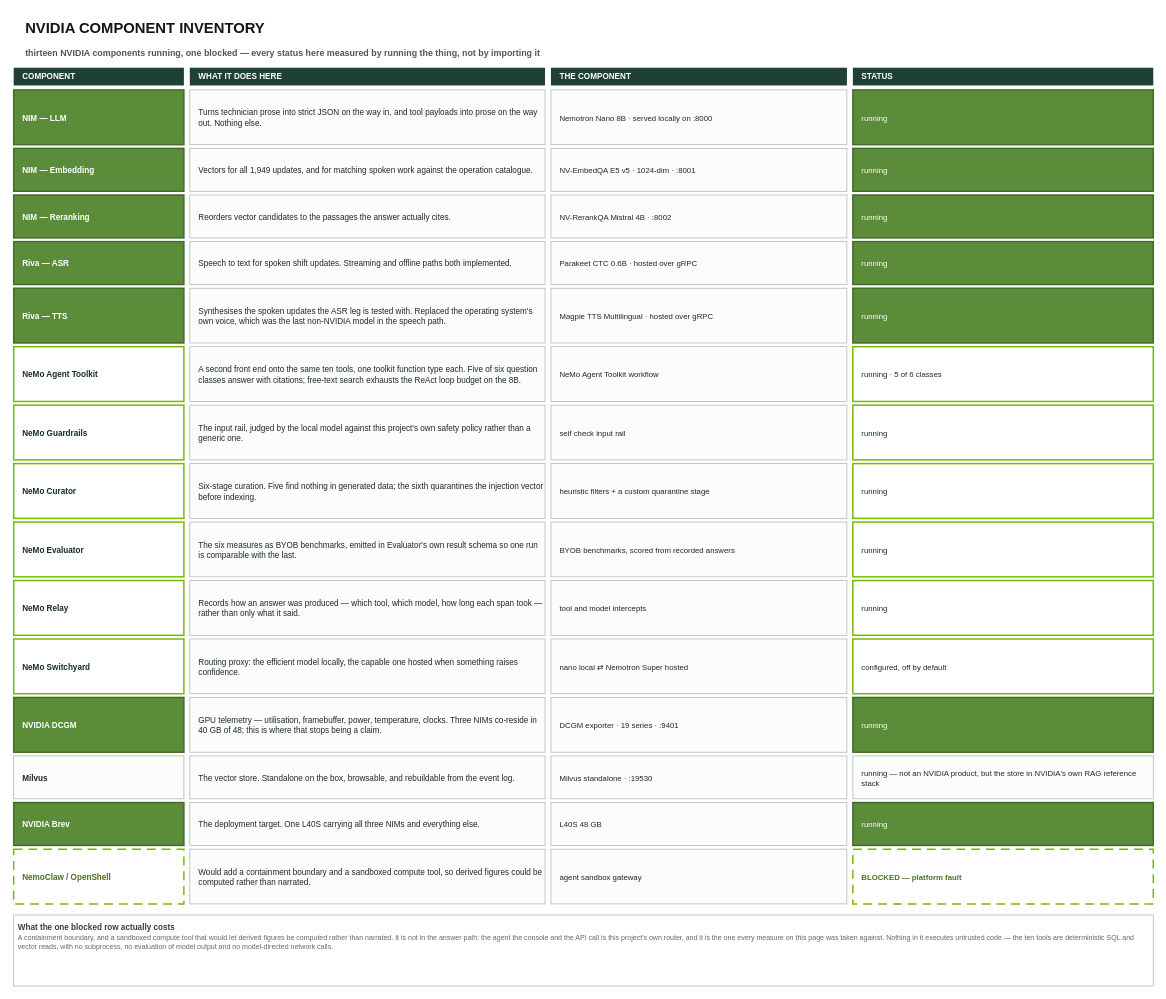
Before: page "4 · NVIDIA components" (4 of 7) of docs/architecture.drawio in RaunakDasgupta/automotive-service-agent, a draw.io diagram. Source tidied: cells renumbered, new cells numbered last; positions are measured from the earlier drawing's top-left corner, leaving out a move shared by most shapes. Both pictures are drawn from the tidied source at 74%, with x=0, y=0 at pixel (13, 13).
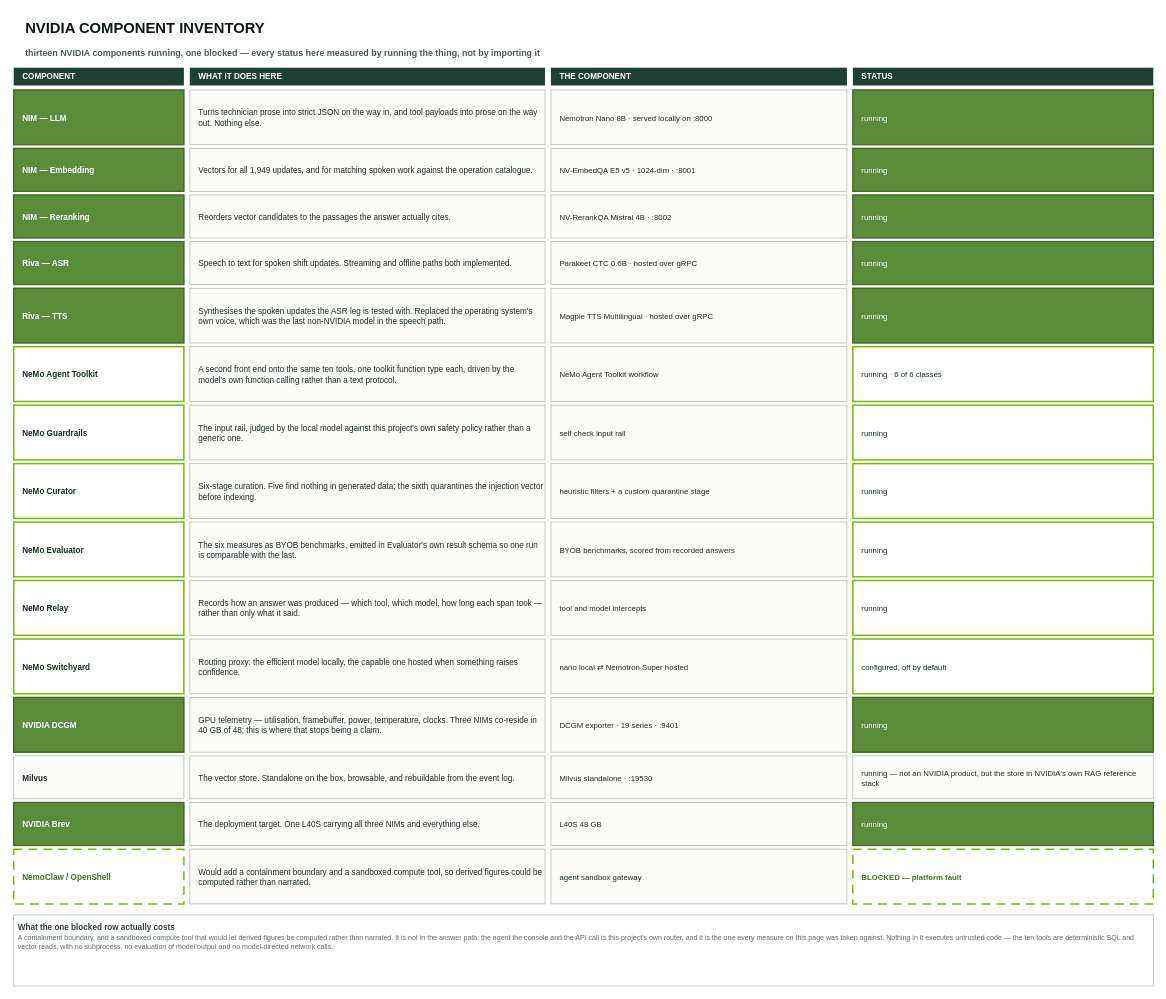
After the change.

Commit message (it also covers changes not shown here):
The toolkit workflow answers all six question classes

Diff of the diagram source:
```diff
@@
-    <mxCell id="29" value="&lt;font style=&quot;font-size:11px;&quot;&gt;A second front end onto the same ten tools, one toolkit function type each. Five of six question classes answer with citations; free-text search exhausts the ReAct loop budget on the 8B.&lt;/font&gt;" style="rounded=0;whiteSpace=wrap;html=1;align=left;verticalAlign=top;spacing=4;spacingLeft=8;spacingTop=2;fontSize=11;fillColor=#FCFCFA;strokeColor=#AEB7AC;strokeWidth=1;fontColor=#1C2B25;verticalAlign=middle;" parent="1" vertex="1">
+    <mxCell id="29" value="&lt;font style=&quot;font-size:11px;&quot;&gt;A second front end onto the same ten tools, one toolkit function type each, driven by the model's own function calling rather than a text protocol.&lt;/font&gt;" style="rounded=0;whiteSpace=wrap;html=1;align=left;verticalAlign=top;spacing=4;spacingLeft=8;spacingTop=2;fontSize=11;fillColor=#FCFCFA;strokeColor=#AEB7AC;strokeWidth=1;fontColor=#1C2B25;verticalAlign=middle;" parent="1" vertex="1">
       <mxGeometry x="238" y="451" width="480" height="74" as="geometry" />
     </mxCell>
@@
-    <mxCell id="31" value="&lt;font style=&quot;font-size:10.5px;&quot;&gt;running · 5 of 6 classes&lt;/font&gt;" style="rounded=0;whiteSpace=wrap;html=1;align=left;verticalAlign=top;spacing=4;spacingLeft=8;spacingTop=2;fontSize=11;fillColor=#FFFFFF;strokeColor=#76B900;strokeWidth=2;fontColor=#17301A;verticalAlign=middle;" parent="1" vertex="1">
+    <mxCell id="31" value="&lt;font style=&quot;font-size:10.5px;&quot;&gt;running · 6 of 6 classes&lt;/font&gt;" style="rounded=0;whiteSpace=wrap;html=1;align=left;verticalAlign=top;spacing=4;spacingLeft=8;spacingTop=2;fontSize=11;fillColor=#FFFFFF;strokeColor=#76B900;strokeWidth=2;fontColor=#17301A;verticalAlign=middle;" parent="1" vertex="1">
       <mxGeometry x="1134" y="451" width="406" height="74" as="geometry" />
     </mxCell>
```
